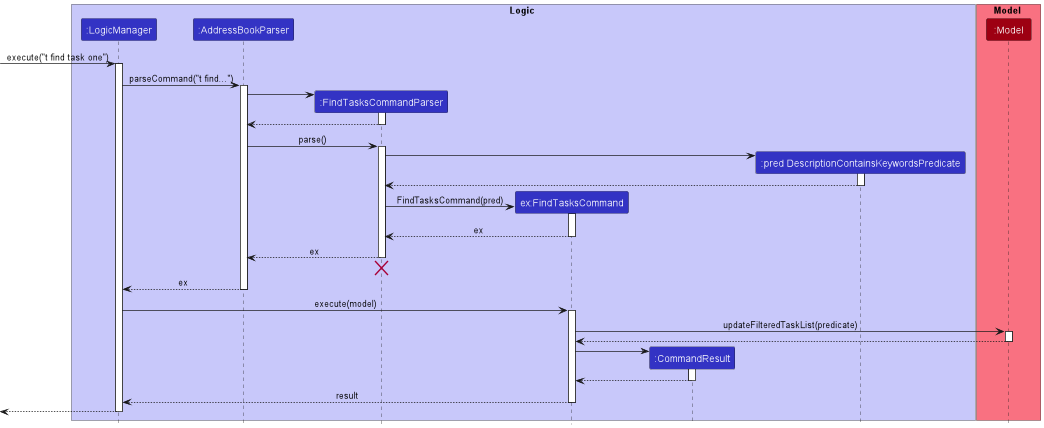
Above: docs/images/FindTasksCommandSequenceDiagram.png in nus-cs2103-AY2223S1/tp (PlantUML), before the change.
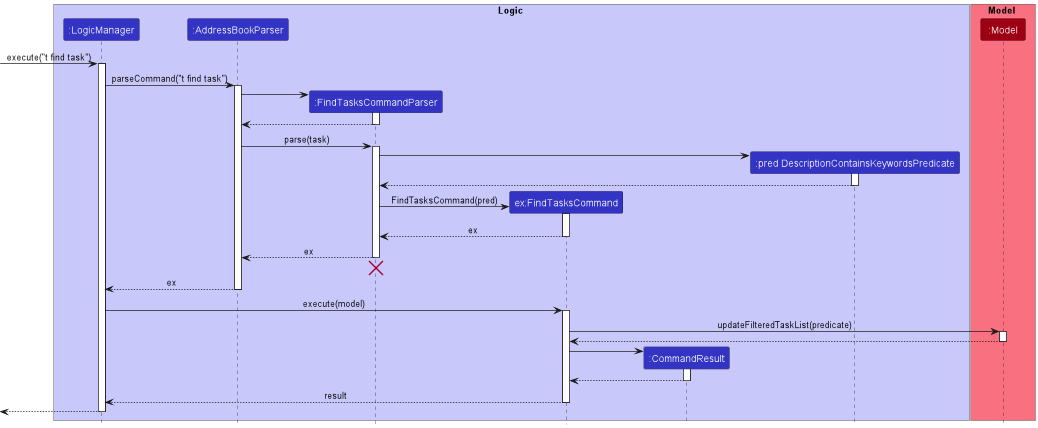
The same file after the commit.

Commit message:
Made some changes to the diagrams.

What changed in the source:
```diff
@@ -14,10 +14,10 @@
 participant ":Model" as Model MODEL_COLOR
 end box
 
-[-> LogicManager : execute("t find task one")
+[-> LogicManager : execute("t find task")
 activate LogicManager
 
-LogicManager -> AddressBookParser: parseCommand("t find...")
+LogicManager -> AddressBookParser: parseCommand("t find task")
 activate AddressBookParser
 
 create FindTasksCommandParser
@@ -27,7 +27,7 @@
 FindTasksCommandParser --> AddressBookParser
 deactivate FindTasksCommandParser
 
-AddressBookParser -> FindTasksCommandParser: parse()
+AddressBookParser -> FindTasksCommandParser: parse(task)
 activate FindTasksCommandParser
 
 create DescriptionContainsKeywordsPredicate
```
